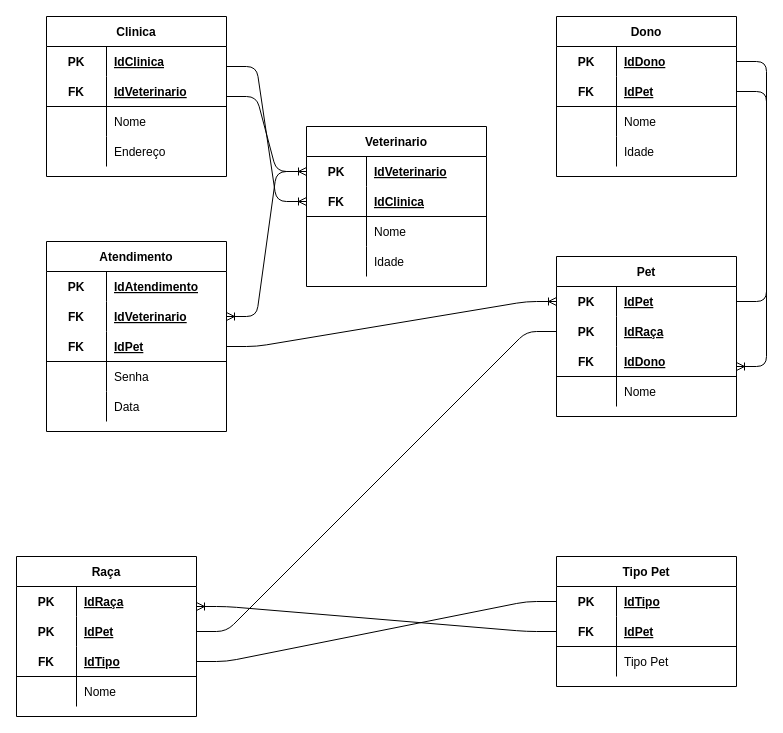
The draw.io diagram page "Logica" (2 of 2) of exercicios/1.3-exercicio-pclinics/1.3-exercicio-pclinics.drawio in Caic-Mateus/SENAI-2Termo-Sprint1-BD, before the edit. Source tidied: cells renumbered, new cells numbered last; positions are measured from the earlier drawing's top-left corner, leaving out a move shared by most shapes. Both pictures are drawn from the tidied source at 100%, with x=0, y=0 at pixel (16, 16).
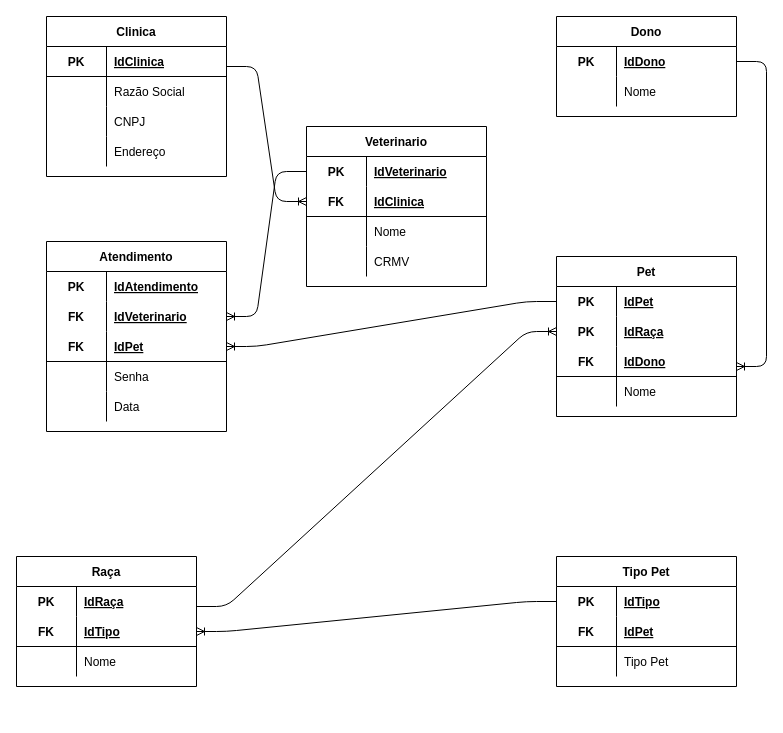
Above is the later version.

Unchanged cells that the change refers to:
```xml
<mxCell id="2" value="Clinica" style="shape=table;startSize=30;childLayout=tableLayout;rowLines=0;fontStyle=1;align=center;" parent="1" vertex="1">
  <mxGeometry x="30" width="180" height="160" as="geometry" />
</mxCell>
<mxCell id="16" style="shape=partialRectangle;fillColor=none;top=0;left=0;bottom=0;right=0;points=[[0,0.5],[1,0.5]];portConstraint=eastwest;" parent="15" vertex="1">
  <mxGeometry y="30" width="180" height="30" as="geometry" />
</mxCell>
<mxCell id="19" style="shape=partialRectangle;fillColor=none;top=0;left=0;bottom=0;right=0;points=[[0,0.5],[1,0.5]];portConstraint=eastwest;" parent="15" vertex="1">
  <mxGeometry y="60" width="180" height="30" as="geometry" />
</mxCell>
<mxCell id="29" style="shape=partialRectangle;fillColor=none;top=0;left=0;bottom=0;right=0;points=[[0,0.5],[1,0.5]];portConstraint=eastwest;" parent="28" vertex="1">
  <mxGeometry y="30" width="180" height="30" as="geometry" />
</mxCell>
<mxCell id="32" style="shape=partialRectangle;fillColor=none;top=0;left=0;bottom=1;right=0;points=[[0,0.5],[1,0.5]];portConstraint=eastwest;" parent="28" vertex="1">
  <mxGeometry y="60" width="180" height="30" as="geometry" />
</mxCell>
<mxCell id="65" style="shape=partialRectangle;fillColor=none;top=0;left=0;bottom=0;right=0;points=[[0,0.5],[1,0.5]];portConstraint=eastwest;" parent="64" vertex="1">
  <mxGeometry y="30" width="180" height="30" as="geometry" />
</mxCell>
<mxCell id="74" style="shape=partialRectangle;fillColor=none;top=0;left=0;bottom=0;right=0;" parent="64" vertex="1">
  <mxGeometry y="120" width="180" height="30" as="geometry" />
</mxCell>
<mxCell id="84" style="shape=partialRectangle;fillColor=none;top=0;left=0;bottom=1;right=0;points=[[0,0.5],[1,0.5]];portConstraint=eastwest;" parent="77" vertex="1">
  <mxGeometry y="90" width="180" height="30" as="geometry" />
</mxCell>
```

Diff of the diagram source:
```diff
@@
-    <mxCell id="3" style="shape=partialRectangle;fillColor=none;top=0;left=0;bottom=0;right=0;" parent="2" vertex="1">
-      <mxGeometry y="30" width="180" height="30" as="geometry" />
-    </mxCell>
-    <mxCell id="4" value="PK" style="shape=partialRectangle;fillColor=none;top=0;left=0;bottom=0;right=0;fontStyle=1;overflow=hidden;" parent="3" vertex="1">
-      <mxGeometry width="60" height="30" as="geometry" />
-    </mxCell>
-    <mxCell id="5" value="IdClinica" style="shape=partialRectangle;fillColor=none;top=0;left=0;bottom=0;right=0;align=left;spacingLeft=6;fontStyle=5;overflow=hidden;" parent="3" vertex="1">
-      <mxGeometry x="60" width="120" height="30" as="geometry" />
-    </mxCell>
     <mxCell id="6" style="shape=partialRectangle;fillColor=none;top=0;left=0;bottom=1;right=0;" parent="2" vertex="1">
-      <mxGeometry y="60" width="180" height="30" as="geometry" />
+      <mxGeometry y="30" width="180" height="30" as="geometry" />
     </mxCell>
-    <mxCell id="7" value="FK" style="shape=partialRectangle;fillColor=none;top=0;left=0;bottom=0;right=0;fontStyle=1;overflow=hidden;" parent="6" vertex="1">
+    <mxCell id="7" value="PK" style="shape=partialRectangle;fillColor=none;top=0;left=0;bottom=0;right=0;fontStyle=1;overflow=hidden;" parent="6" vertex="1">
       <mxGeometry width="60" height="30" as="geometry" />
     </mxCell>
-    <mxCell id="8" value="IdVeterinario" style="shape=partialRectangle;fillColor=none;top=0;left=0;bottom=0;right=0;align=left;spacingLeft=6;fontStyle=5;overflow=hidden;" parent="6" vertex="1">
+    <mxCell id="8" value="IdClinica" style="shape=partialRectangle;fillColor=none;top=0;left=0;bottom=0;right=0;align=left;spacingLeft=6;fontStyle=5;overflow=hidden;" parent="6" vertex="1">
       <mxGeometry x="60" width="120" height="30" as="geometry" />
     </mxCell>
     <mxCell id="9" style="shape=partialRectangle;fillColor=none;top=0;left=0;bottom=0;right=0;" parent="2" vertex="1">
-      <mxGeometry y="90" width="180" height="30" as="geometry" />
+      <mxGeometry y="60" width="180" height="30" as="geometry" />
     </mxCell>
@@
-    <mxCell id="11" value="Nome" style="shape=partialRectangle;fillColor=none;top=0;left=0;bottom=0;right=0;align=left;spacingLeft=6;overflow=hidden;" parent="9" vertex="1">
+    <mxCell id="11" value="Razão Social" style="shape=partialRectangle;fillColor=none;top=0;left=0;bottom=0;right=0;align=left;spacingLeft=6;overflow=hidden;" parent="9" vertex="1">
       <mxGeometry x="60" width="120" height="30" as="geometry" />
     </mxCell>
+    <mxCell id="102" style="shape=partialRectangle;fillColor=none;top=0;left=0;bottom=0;right=0;" parent="2" vertex="1">
+      <mxGeometry y="90" width="180" height="30" as="geometry" />
+    </mxCell>
+    <mxCell id="62" style="shape=partialRectangle;fillColor=none;top=0;left=0;bottom=0;right=0;overflow=hidden;" parent="102" vertex="1">
+      <mxGeometry width="60" height="30" as="geometry" />
+    </mxCell>
+    <mxCell id="103" value="CNPJ" style="shape=partialRectangle;fillColor=none;top=0;left=0;bottom=0;right=0;align=left;spacingLeft=6;overflow=hidden;" parent="102" vertex="1">
+      <mxGeometry x="60" width="120" height="30" as="geometry" />
+    </mxCell>
@@
     <mxCell id="38" value="Raça" style="shape=table;startSize=30;childLayout=tableLayout;rowLines=0;fontStyle=1;align=center;" parent="1" vertex="1">
-      <mxGeometry y="540" width="180" height="160" as="geometry" />
+      <mxGeometry y="540" width="180" height="130" as="geometry" />
     </mxCell>
@@
-    <mxCell id="42" style="shape=partialRectangle;fillColor=none;top=0;left=0;bottom=0;right=0;points=[[0,0.5],[1,0.5]];portConstraint=eastwest;" parent="38" vertex="1">
-      <mxGeometry y="60" width="180" height="30" as="geometry" />
-    </mxCell>
-    <mxCell id="43" value="PK" style="shape=partialRectangle;fillColor=none;top=0;left=0;bottom=0;right=0;fontStyle=1;overflow=hidden;" parent="42" vertex="1">
-      <mxGeometry width="60" height="30" as="geometry" />
-    </mxCell>
-    <mxCell id="44" value="IdPet" style="shape=partialRectangle;fillColor=none;top=0;left=0;bottom=0;right=0;align=left;spacingLeft=6;fontStyle=5;overflow=hidden;" parent="42" vertex="1">
-      <mxGeometry x="60" width="120" height="30" as="geometry" />
-    </mxCell>
     <mxCell id="45" style="shape=partialRectangle;fillColor=none;top=0;left=0;bottom=1;right=0;points=[[0,0.5],[1,0.5]];portConstraint=eastwest;" parent="38" vertex="1">
-      <mxGeometry y="90" width="180" height="30" as="geometry" />
+      <mxGeometry y="60" width="180" height="30" as="geometry" />
     </mxCell>
@@
     <mxCell id="48" style="shape=partialRectangle;fillColor=none;top=0;left=0;bottom=0;right=0;" parent="38" vertex="1">
-      <mxGeometry y="120" width="180" height="30" as="geometry" />
+      <mxGeometry y="90" width="180" height="30" as="geometry" />
     </mxCell>
@@
     <mxCell id="51" value="Dono" style="shape=table;startSize=30;childLayout=tableLayout;rowLines=0;fontStyle=1;align=center;" parent="1" vertex="1">
-      <mxGeometry x="540" width="180" height="160" as="geometry" />
+      <mxGeometry x="540" width="180" height="100" as="geometry" />
     </mxCell>
@@
-    <mxCell id="55" style="shape=partialRectangle;fillColor=none;top=0;left=0;bottom=1;right=0;points=[[0,0.5],[1,0.5]];portConstraint=eastwest;" parent="51" vertex="1">
-      <mxGeometry y="60" width="180" height="30" as="geometry" />
-    </mxCell>
-    <mxCell id="56" value="FK" style="shape=partialRectangle;fillColor=none;top=0;left=0;bottom=0;right=0;fontStyle=1;overflow=hidden;" parent="55" vertex="1">
-      <mxGeometry width="60" height="30" as="geometry" />
-    </mxCell>
-    <mxCell id="57" value="IdPet" style="shape=partialRectangle;fillColor=none;top=0;left=0;bottom=0;right=0;align=left;spacingLeft=6;fontStyle=5;overflow=hidden;" parent="55" vertex="1">
-      <mxGeometry x="60" width="120" height="30" as="geometry" />
-    </mxCell>
     <mxCell id="58" style="shape=partialRectangle;fillColor=none;top=0;left=0;bottom=0;right=0;" parent="51" vertex="1">
-      <mxGeometry y="90" width="180" height="30" as="geometry" />
+      <mxGeometry y="60" width="180" height="30" as="geometry" />
     </mxCell>
@@
-    <mxCell id="61" style="shape=partialRectangle;fillColor=none;top=0;left=0;bottom=0;right=0;" parent="51" vertex="1">
-      <mxGeometry y="120" width="180" height="30" as="geometry" />
-    </mxCell>
-    <mxCell id="62" style="shape=partialRectangle;fillColor=none;top=0;left=0;bottom=0;right=0;overflow=hidden;" parent="61" vertex="1">
-      <mxGeometry width="60" height="30" as="geometry" />
-    </mxCell>
-    <mxCell id="63" value="Idade" style="shape=partialRectangle;fillColor=none;top=0;left=0;bottom=0;right=0;align=left;spacingLeft=6;overflow=hidden;" parent="61" vertex="1">
-      <mxGeometry x="60" width="120" height="30" as="geometry" />
-    </mxCell>
@@
-    <mxCell id="76" value="Idade" style="shape=partialRectangle;fillColor=none;top=0;left=0;bottom=0;right=0;align=left;spacingLeft=6;overflow=hidden;" parent="74" vertex="1">
+    <mxCell id="76" value="CRMV" style="shape=partialRectangle;fillColor=none;top=0;left=0;bottom=0;right=0;align=left;spacingLeft=6;overflow=hidden;" parent="74" vertex="1">
       <mxGeometry x="60" width="120" height="30" as="geometry" />
     </mxCell>
@@
-    <mxCell id="94" style="edgeStyle=entityRelationEdgeStyle;fontSize=12;html=1;endArrow=ERoneToMany;entryX=0;entryY=0.5;entryDx=0;entryDy=0;" parent="1" edge="1" source="84" target="16">
+    <mxCell id="94" style="edgeStyle=entityRelationEdgeStyle;fontSize=12;html=1;endArrow=none;entryX=0;entryY=0.5;entryDx=0;entryDy=0;endFill=0;startArrow=ERoneToMany;startFill=0;" parent="1" edge="1" source="84" target="16">
       <mxGeometry relative="1" as="geometry" />
     </mxCell>
@@
-    <mxCell id="97" style="edgeStyle=entityRelationEdgeStyle;fontSize=12;html=1;endArrow=none;strokeColor=#000000;entryX=1;entryY=0.5;entryDx=0;entryDy=0;startArrow=none;startFill=0;endFill=0;" parent="1" edge="1" target="55">
-      <mxGeometry relative="1" as="geometry">
-        <mxPoint x="720" y="285" as="sourcePoint" />
-      </mxGeometry>
-    </mxCell>
-    <mxCell id="98" style="edgeStyle=entityRelationEdgeStyle;fontSize=12;html=1;endArrow=none;strokeColor=#000000;entryX=0;entryY=0.5;entryDx=0;entryDy=0;endFill=0;startArrow=ERoneToMany;startFill=0;" parent="1" edge="1" target="32">
+    <mxCell id="98" style="edgeStyle=entityRelationEdgeStyle;fontSize=12;html=1;endArrow=ERoneToMany;strokeColor=#000000;entryX=0;entryY=0.5;entryDx=0;entryDy=0;endFill=0;startArrow=none;startFill=0;" parent="1" edge="1" target="19">
       <mxGeometry relative="1" as="geometry">
         <mxPoint x="180" y="590" as="sourcePoint" />
       </mxGeometry>
     </mxCell>
-    <mxCell id="99" style="edgeStyle=entityRelationEdgeStyle;fontSize=12;html=1;endArrow=none;strokeColor=#000000;entryX=0;entryY=0.5;entryDx=0;entryDy=0;endFill=0;exitX=1;exitY=0.5;exitDx=0;exitDy=0;" parent="1" edge="1" source="45" target="29">
+    <mxCell id="99" style="edgeStyle=entityRelationEdgeStyle;fontSize=12;html=1;endArrow=none;strokeColor=#000000;entryX=0;entryY=0.5;entryDx=0;entryDy=0;endFill=0;exitX=1;exitY=0.5;exitDx=0;exitDy=0;startArrow=ERoneToMany;startFill=0;" parent="1" edge="1" source="45" target="29">
       <mxGeometry relative="1" as="geometry" />
     </mxCell>
-    <mxCell id="100" style="edgeStyle=entityRelationEdgeStyle;fontSize=12;html=1;endArrow=none;strokeColor=#000000;exitX=1;exitY=0.5;exitDx=0;exitDy=0;entryX=0;entryY=0.5;entryDx=0;entryDy=0;endFill=0;" parent="1" edge="1" source="42" target="19">
-      <mxGeometry relative="1" as="geometry" />
-    </mxCell>
-    <mxCell id="101" style="edgeStyle=entityRelationEdgeStyle;fontSize=12;html=1;endArrow=ERoneToMany;strokeColor=#000000;entryX=0;entryY=0.5;entryDx=0;entryDy=0;" parent="1" edge="1" target="65">
-      <mxGeometry relative="1" as="geometry">
-        <mxPoint x="210" y="80" as="sourcePoint" />
-      </mxGeometry>
-    </mxCell>
```
